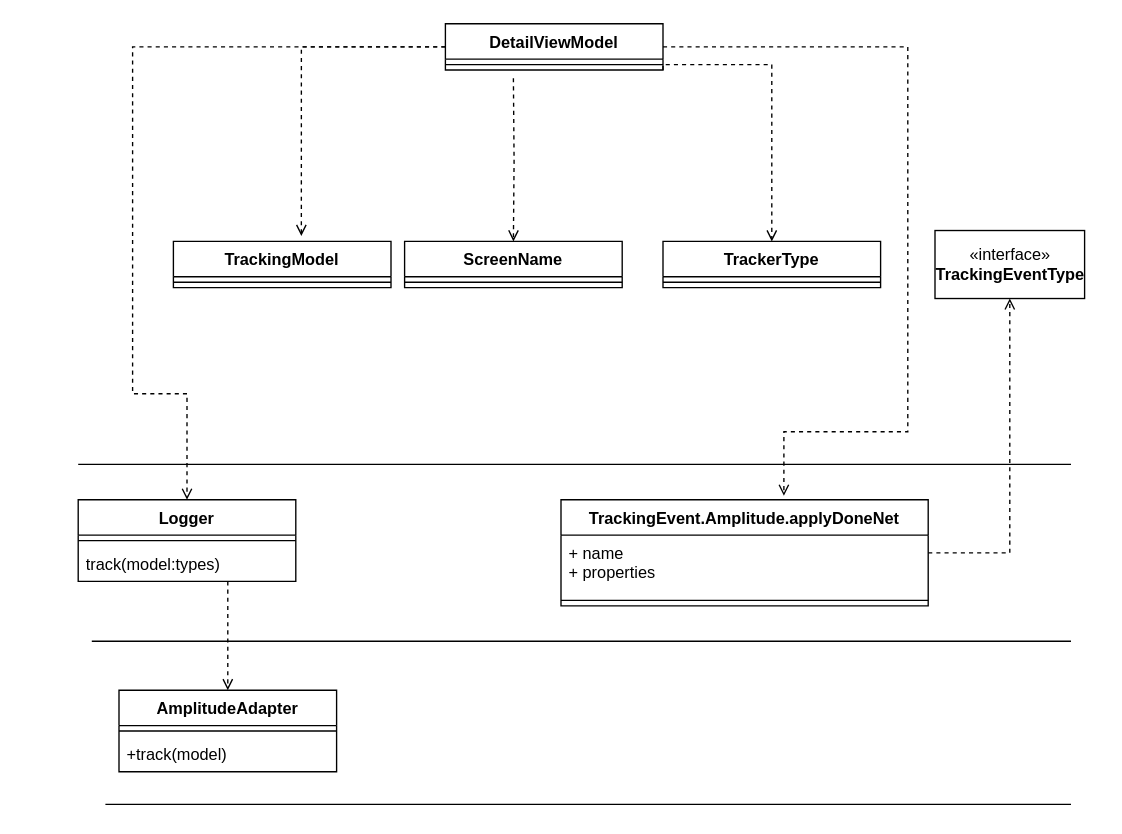
This is page "기존" (1 of 2) of TrackingEvent.drawio from gookhee/diagrams, a draw.io file, before an edit. Source tidied: cells renumbered, new cells numbered last; positions are measured from the earlier drawing's top-left corner, leaving out a move shared by most shapes. Both pictures are drawn from the tidied source at 136%, with x=0, y=0 at pixel (78, 23).
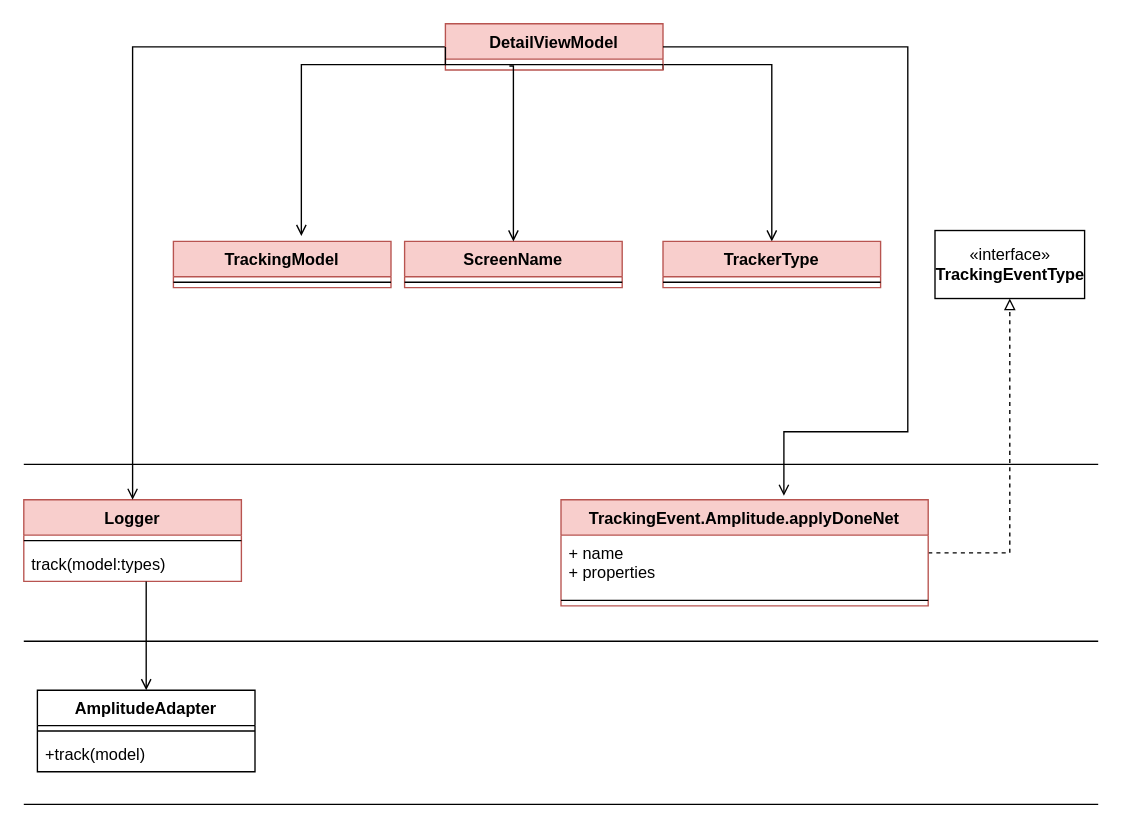
The same diagram, later.

The change refers to these unchanged cells:
```xml
<mxCell id="4" value="track(model:types)" style="text;strokeColor=none;fillColor=none;align=left;verticalAlign=top;spacingLeft=4;spacingRight=4;overflow=hidden;points=[[0,0.5],[1,0.5]];portConstraint=eastwest;" parent="2" vertex="1">
  <mxGeometry y="34" width="160" height="26" as="geometry" />
</mxCell>
<mxCell id="13" style="line;strokeWidth=1;fillColor=none;align=left;verticalAlign=middle;spacingTop=-1;spacingLeft=3;spacingRight=3;labelPosition=right;points=[];portConstraint=eastwest;" parent="12" vertex="1">
  <mxGeometry y="26" width="160" height="8" as="geometry" />
</mxCell>
<mxCell id="18" value="«interface»&lt;br&gt;&lt;span style=&quot;font-weight: 700&quot;&gt;TrackingEventType&lt;/span&gt;" style="html=1;" parent="1" vertex="1">
  <mxGeometry x="630" y="152" width="110" height="50" as="geometry" />
</mxCell>
```

The edit, as a diff of the source:
```diff
@@
-    <mxCell id="2" value="Logger" style="swimlane;fontStyle=1;align=center;verticalAlign=top;horizontal=1;startSize=26;" parent="1" vertex="1">
-      <mxGeometry y="350" width="160" height="60" as="geometry" />
+    <mxCell id="2" value="Logger" style="swimlane;fontStyle=1;align=center;verticalAlign=top;horizontal=1;startSize=26;fillColor=#f8cecc;strokeColor=#b85450;" parent="1" vertex="1">
+      <mxGeometry x="-40" y="350" width="160" height="60" as="geometry" />
     </mxCell>
@@
     <mxCell id="5" style="line;strokeWidth=1;fillColor=none;align=left;verticalAlign=middle;spacingTop=-1;spacingLeft=3;spacingRight=3;labelPosition=right;" parent="1" vertex="1">
-      <mxGeometry y="320" width="730" height="8" as="geometry" />
+      <mxGeometry x="-40" y="320" width="790" height="8" as="geometry" />
     </mxCell>
     <mxCell id="6" style="line;strokeWidth=1;fillColor=none;align=left;verticalAlign=middle;spacingTop=-1;spacingLeft=3;spacingRight=3;labelPosition=right;" parent="1" vertex="1">
-      <mxGeometry x="10" y="450" width="720" height="8" as="geometry" />
+      <mxGeometry x="-40" y="450" width="790" height="8" as="geometry" />
     </mxCell>
     <mxCell id="7" style="line;strokeWidth=1;fillColor=none;align=left;verticalAlign=middle;spacingTop=-1;spacingLeft=3;spacingRight=3;labelPosition=right;" parent="1" vertex="1">
-      <mxGeometry x="20" y="570" width="710" height="8" as="geometry" />
+      <mxGeometry x="-40" y="570" width="790" height="8" as="geometry" />
     </mxCell>
-    <mxCell id="8" value="ScreenName" style="swimlane;fontStyle=1;align=center;verticalAlign=top;horizontal=1;startSize=26;" parent="1" vertex="1">
+    <mxCell id="8" value="ScreenName" style="swimlane;fontStyle=1;align=center;verticalAlign=top;horizontal=1;startSize=26;fillColor=#f8cecc;strokeColor=#b85450;" parent="1" vertex="1">
       <mxGeometry x="240" y="160" width="160" height="34" as="geometry" />
     </mxCell>
@@
-    <mxCell id="10" style="edgeStyle=orthogonalEdgeStyle;rounded=0;jettySize=auto;html=1;dashed=1;endArrow=open;endFill=0;exitX=1;exitY=1;exitDx=0;exitDy=0;" parent="1" edge="1" source="12" target="22">
+    <mxCell id="10" style="edgeStyle=orthogonalEdgeStyle;rounded=0;jettySize=auto;html=1;endArrow=open;endFill=0;exitX=1;exitY=1;exitDx=0;exitDy=0;" parent="1" edge="1" source="12" target="22">
       <mxGeometry relative="1" as="geometry">
         <Array as="points">
           <mxPoint x="430" y="30" />
           <mxPoint x="510" y="30" />
         </Array>
       </mxGeometry>
     </mxCell>
-    <mxCell id="11" style="edgeStyle=orthogonalEdgeStyle;rounded=0;jettySize=auto;html=1;dashed=1;endArrow=open;endFill=0;startArrow=none;" parent="1" edge="1" source="12" target="2">
+    <mxCell id="11" style="edgeStyle=orthogonalEdgeStyle;rounded=0;jettySize=auto;html=1;endArrow=open;endFill=0;startArrow=none;" parent="1" edge="1" source="12" target="2">
       <mxGeometry relative="1" as="geometry">
         <Array as="points">
           <mxPoint x="40" y="17" />
-          <mxPoint x="40" y="272" />
-          <mxPoint x="80" y="272" />
         </Array>
       </mxGeometry>
     </mxCell>
-    <mxCell id="12" value="DetailViewModel" style="swimlane;fontStyle=1;align=center;verticalAlign=top;horizontal=1;startSize=26;" parent="1" vertex="1">
+    <mxCell id="12" value="DetailViewModel" style="swimlane;fontStyle=1;align=center;verticalAlign=top;horizontal=1;startSize=26;fillColor=#f8cecc;strokeColor=#b85450;" parent="1" vertex="1">
       <mxGeometry x="270" width="160" height="34" as="geometry" />
     </mxCell>
@@
-    <mxCell id="14" style="edgeStyle=orthogonalEdgeStyle;rounded=0;jettySize=auto;html=1;entryX=0.5;entryY=1;entryDx=0;entryDy=0;endArrow=open;endFill=0;dashed=1;" parent="1" edge="1" source="15" target="18">
+    <mxCell id="14" style="edgeStyle=orthogonalEdgeStyle;rounded=0;jettySize=auto;html=1;entryX=0.5;entryY=1;entryDx=0;entryDy=0;endArrow=block;endFill=0;dashed=1;" parent="1" edge="1" source="15" target="18">
       <mxGeometry relative="1" as="geometry" />
     </mxCell>
-    <mxCell id="15" value="TrackingEvent.Amplitude.applyDoneNet" style="swimlane;fontStyle=1;align=center;verticalAlign=top;horizontal=1;startSize=26;" parent="1" vertex="1">
+    <mxCell id="15" value="TrackingEvent.Amplitude.applyDoneNet" style="swimlane;fontStyle=1;align=center;verticalAlign=top;horizontal=1;startSize=26;fillColor=#f8cecc;strokeColor=#b85450;" parent="1" vertex="1">
       <mxGeometry x="355" y="350" width="270" height="78" as="geometry" />
     </mxCell>
@@
-    <mxCell id="19" style="edgeStyle=orthogonalEdgeStyle;rounded=0;jettySize=auto;html=1;dashed=1;endArrow=open;endFill=0;exitX=0;exitY=0.5;exitDx=0;exitDy=0;entryX=0.588;entryY=-0.118;entryDx=0;entryDy=0;entryPerimeter=0;" parent="1" edge="1" source="12" target="28">
+    <mxCell id="19" style="edgeStyle=orthogonalEdgeStyle;rounded=0;jettySize=auto;html=1;endArrow=open;endFill=0;exitX=0;exitY=0.5;exitDx=0;exitDy=0;entryX=0.588;entryY=-0.118;entryDx=0;entryDy=0;entryPerimeter=0;" parent="1" edge="1" source="12" target="28">
       <mxGeometry relative="1" as="geometry">
         <Array as="points">
-          <mxPoint x="164" y="17" />
+          <mxPoint x="270" y="30" />
+          <mxPoint x="164" y="30" />
         </Array>
       </mxGeometry>
     </mxCell>
-    <mxCell id="20" style="edgeStyle=orthogonalEdgeStyle;rounded=0;jettySize=auto;html=1;dashed=1;endArrow=open;endFill=0;" parent="1" edge="1" target="8">
+    <mxCell id="20" style="edgeStyle=orthogonalEdgeStyle;rounded=0;jettySize=auto;html=1;endArrow=open;endFill=0;exitX=0.294;exitY=0.625;exitDx=0;exitDy=0;exitPerimeter=0;" parent="1" edge="1" source="13" target="8">
       <mxGeometry relative="1" as="geometry">
-        <mxPoint x="320" y="40" as="sourcePoint" />
+        <Array as="points">
+          <mxPoint x="320" y="31" />
+        </Array>
       </mxGeometry>
     </mxCell>
-    <mxCell id="21" style="edgeStyle=orthogonalEdgeStyle;rounded=0;jettySize=auto;html=1;entryX=0.607;entryY=-0.038;entryDx=0;entryDy=0;entryPerimeter=0;dashed=1;endArrow=open;endFill=0;exitX=1;exitY=0.5;exitDx=0;exitDy=0;" parent="1" edge="1" source="12" target="15">
+    <mxCell id="21" style="edgeStyle=orthogonalEdgeStyle;rounded=0;jettySize=auto;html=1;entryX=0.607;entryY=-0.038;entryDx=0;entryDy=0;entryPerimeter=0;endArrow=open;endFill=0;exitX=1;exitY=0.5;exitDx=0;exitDy=0;" parent="1" edge="1" source="12" target="15">
       <mxGeometry relative="1" as="geometry">
         <Array as="points">
           <mxPoint x="610" y="17" />
           <mxPoint x="610" y="300" />
           <mxPoint x="519" y="300" />
         </Array>
       </mxGeometry>
     </mxCell>
-    <mxCell id="22" value="TrackerType" style="swimlane;fontStyle=1;align=center;verticalAlign=top;horizontal=1;startSize=26;" parent="1" vertex="1">
+    <mxCell id="22" value="TrackerType" style="swimlane;fontStyle=1;align=center;verticalAlign=top;horizontal=1;startSize=26;fillColor=#f8cecc;strokeColor=#b85450;" parent="1" vertex="1">
       <mxGeometry x="430" y="160" width="160" height="34" as="geometry" />
     </mxCell>
@@
     <mxCell id="24" value="AmplitudeAdapter" style="swimlane;fontStyle=1;align=center;verticalAlign=top;horizontal=1;startSize=26;" parent="1" vertex="1">
-      <mxGeometry x="30" y="490" width="160" height="60" as="geometry" />
+      <mxGeometry x="-30" y="490" width="160" height="60" as="geometry" />
     </mxCell>
@@
-    <mxCell id="27" style="edgeStyle=orthogonalEdgeStyle;rounded=0;jettySize=auto;html=1;entryX=0.5;entryY=0;entryDx=0;entryDy=0;dashed=1;endArrow=open;endFill=0;" parent="1" edge="1" source="4" target="24">
+    <mxCell id="27" style="edgeStyle=orthogonalEdgeStyle;rounded=0;jettySize=auto;html=1;entryX=0.5;entryY=0;entryDx=0;entryDy=0;endArrow=open;endFill=0;" parent="1" edge="1" source="4" target="24">
       <mxGeometry relative="1" as="geometry">
         <Array as="points">
-          <mxPoint x="110" y="430" />
-          <mxPoint x="110" y="430" />
+          <mxPoint x="50" y="440" />
+          <mxPoint x="50" y="440" />
         </Array>
       </mxGeometry>
     </mxCell>
-    <mxCell id="28" value="TrackingModel" style="swimlane;fontStyle=1;align=center;verticalAlign=top;horizontal=1;startSize=26;" parent="1" vertex="1">
+    <mxCell id="28" value="TrackingModel" style="swimlane;fontStyle=1;align=center;verticalAlign=top;horizontal=1;startSize=26;fillColor=#f8cecc;strokeColor=#b85450;" parent="1" vertex="1">
       <mxGeometry x="70" y="160" width="160" height="34" as="geometry" />
     </mxCell>
```
